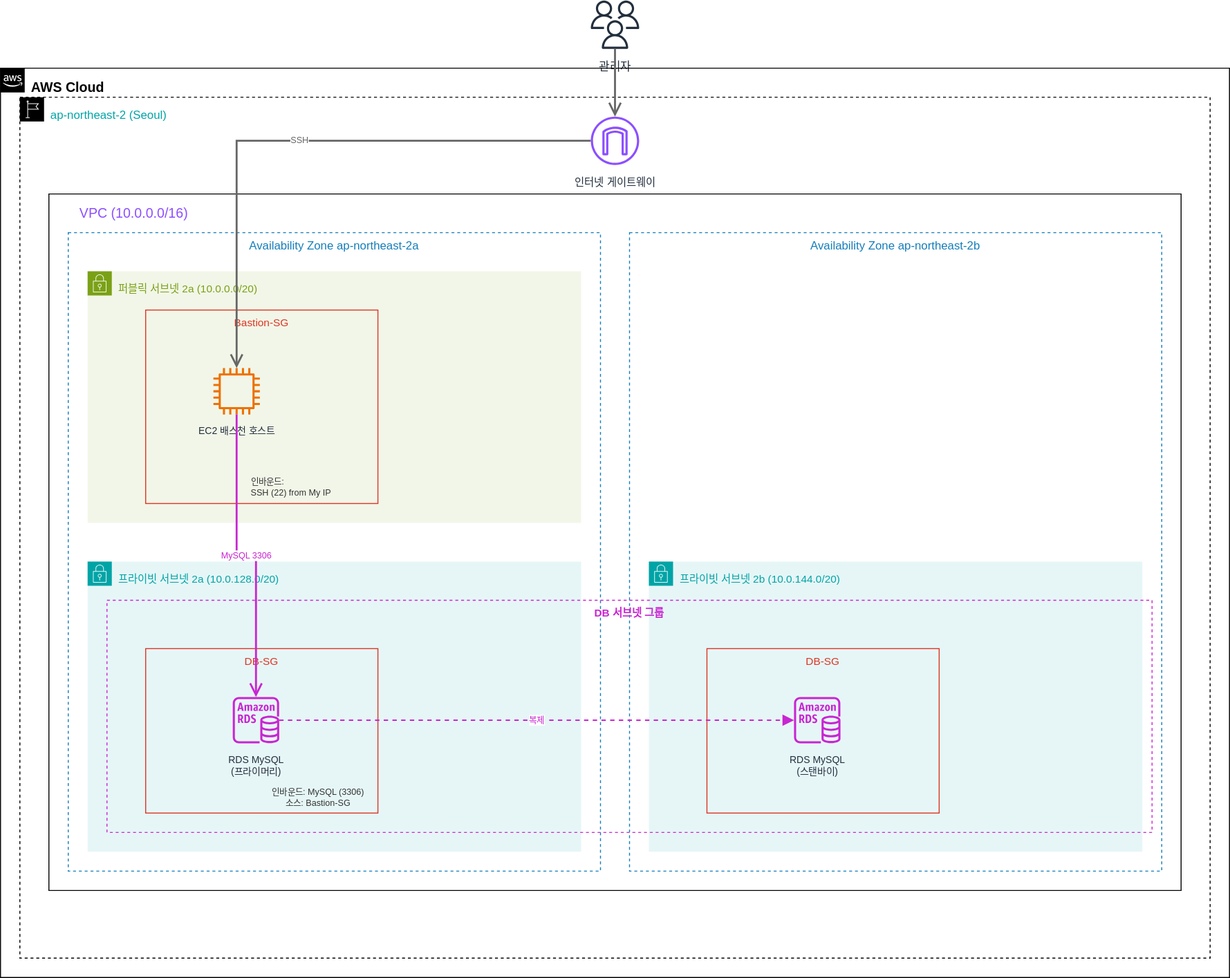
yh00615/cloud_architecture keeps this draw.io diagram as public/images/week6/6-2-architecture-diagram.svg. Above is the earlier version. Source tidied: cells renumbered, new cells last; positions are measured from the earlier drawing's top-left corner, leaving out a move shared by most shapes.
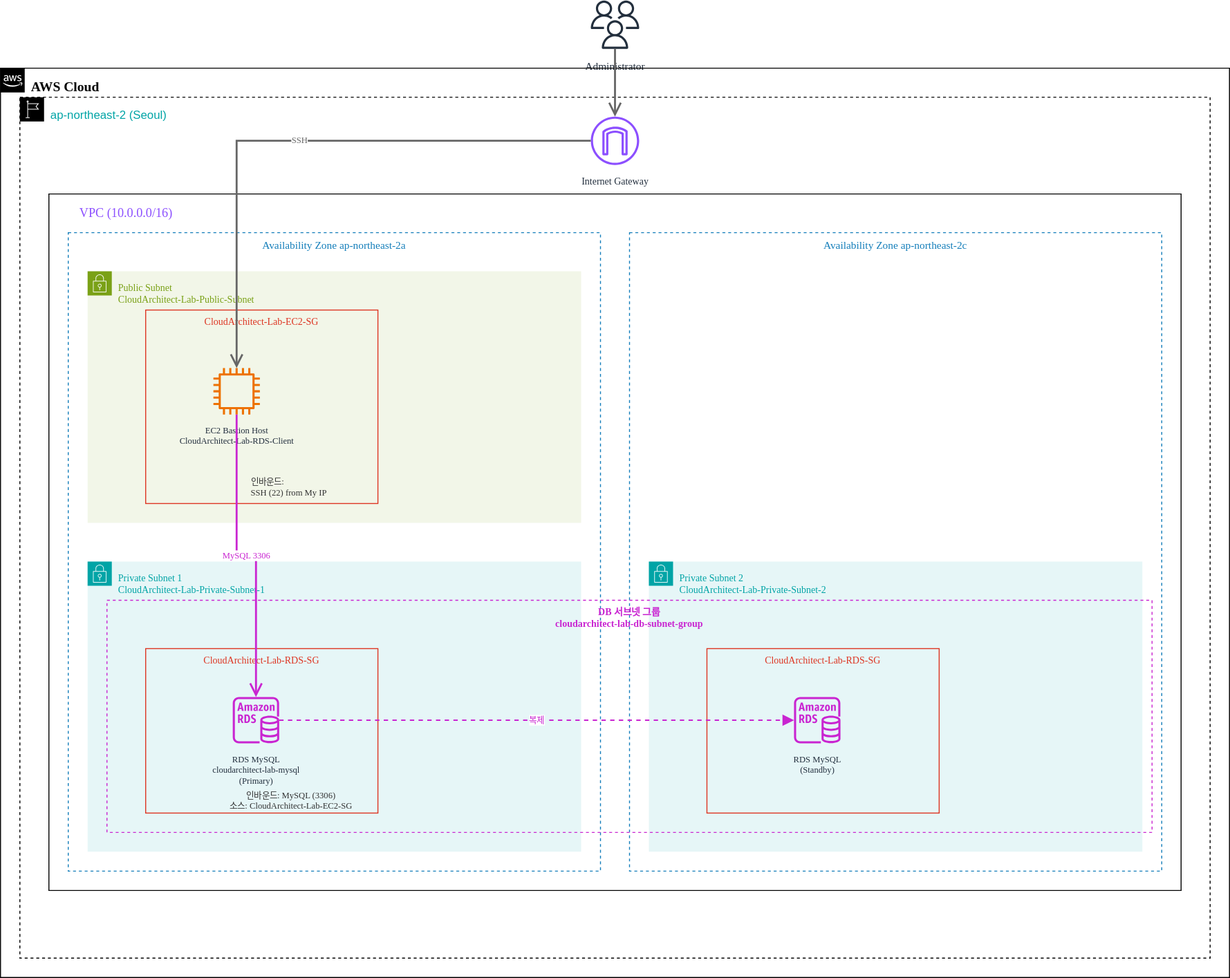
The same diagram one commit later.

What changed in the source:
```diff
@@ -2,73 +2,73 @@
   <root>
     <mxCell id="0" />
     <mxCell id="1" parent="0" />
-    <mxCell id="2" value="관리자" style="sketch=0;outlineConnect=0;fontColor=#232F3E;gradientColor=none;fillColor=#232F3D;strokeColor=none;dashed=0;verticalLabelPosition=bottom;spacingTop=5;verticalAlign=top;align=center;html=1;fontSize=12;fontStyle=0;shape=mxgraph.aws4.users;" parent="1" vertex="1">
+    <mxCell id="2" value="Administrator" style="sketch=0;outlineConnect=0;fontColor=#232F3E;gradientColor=none;fillColor=#232F3D;strokeColor=none;dashed=0;verticalLabelPosition=bottom;spacingTop=5;verticalAlign=top;align=center;html=1;fontSize=11;fontStyle=0;shape=mxgraph.aws4.users;fontFamily=Verdana;" parent="1" vertex="1">
       <mxGeometry x="610" width="50" height="50" as="geometry" />
     </mxCell>
-    <mxCell id="3" value="AWS Cloud" style="gradientColor=none;html=1;whiteSpace=wrap;fontSize=14;fontStyle=1;shape=mxgraph.aws4.group;grIcon=mxgraph.aws4.group_aws_cloud_alt;stroke=#232F3E;fillColor=none;verticalAlign=top;align=left;spacingLeft=30;spacingTop=5;dashed=0;" parent="1" vertex="1">
+    <mxCell id="3" value="AWS Cloud" style="gradientColor=none;html=1;whiteSpace=wrap;fontSize=14;fontStyle=1;shape=mxgraph.aws4.group;grIcon=mxgraph.aws4.group_aws_cloud_alt;stroke=#232F3E;fillColor=none;verticalAlign=top;align=left;spacingLeft=30;spacingTop=5;dashed=0;fontFamily=Verdana;" parent="1" vertex="1">
       <mxGeometry y="70" width="1270" height="940" as="geometry" />
     </mxCell>
     <mxCell id="4" value="ap-northeast-2 (Seoul)" style="gradientColor=none;html=1;whiteSpace=wrap;fontSize=12;fontStyle=0;shape=mxgraph.aws4.group;grIcon=mxgraph.aws4.group_region;stroke=#00A4A6;fillColor=none;verticalAlign=top;align=left;spacingLeft=30;spacingTop=5;fontColor=#00A4A6;dashed=1;" parent="1" vertex="1">
       <mxGeometry x="20" y="100" width="1230" height="890" as="geometry" />
     </mxCell>
-    <mxCell id="5" value="인터넷 게이트웨이" style="sketch=0;outlineConnect=0;fontColor=#232F3E;gradientColor=none;fillColor=#8C4FFF;strokeColor=none;dashed=0;verticalLabelPosition=bottom;spacingTop=5;verticalAlign=top;align=center;html=1;fontSize=11;fontStyle=0;shape=mxgraph.aws4.internet_gateway;" parent="1" vertex="1">
+    <mxCell id="5" value="Internet Gateway" style="sketch=0;outlineConnect=0;fontColor=#232F3E;gradientColor=none;fillColor=#8C4FFF;strokeColor=none;dashed=0;verticalLabelPosition=bottom;spacingTop=5;verticalAlign=top;align=center;html=1;fontSize=10;fontStyle=0;shape=mxgraph.aws4.internet_gateway;fontFamily=Verdana;" parent="1" vertex="1">
       <mxGeometry x="610" y="120" width="50" height="50" as="geometry" />
     </mxCell>
-    <mxCell id="6" value="VPC (10.0.0.0/16)" style="gradientColor=none;html=1;whiteSpace=wrap;fontSize=14;fontStyle=0;shape=mxgraph.aws4.group;grIcon=mxgraph.aws4.group_vpc2;stroke=#8C4FFF;fillColor=none;verticalAlign=top;align=left;spacingLeft=30;spacingTop=5;fontColor=#8C4FFF;dashed=0;" parent="1" vertex="1">
+    <mxCell id="6" value="VPC (10.0.0.0/16)" style="gradientColor=none;html=1;whiteSpace=wrap;fontSize=13;fontStyle=0;shape=mxgraph.aws4.group;grIcon=mxgraph.aws4.group_vpc2;stroke=#8C4FFF;fillColor=none;verticalAlign=top;align=left;spacingLeft=30;spacingTop=5;fontColor=#8C4FFF;dashed=0;fontFamily=Verdana;" parent="1" vertex="1">
       <mxGeometry x="50" y="200" width="1170" height="720" as="geometry" />
     </mxCell>
-    <mxCell id="7" value="Availability Zone ap-northeast-2a" style="fillColor=none;strokeColor=#147EBA;dashed=1;verticalAlign=top;fontStyle=0;fontColor=#147EBA;whiteSpace=wrap;html=1;fontSize=12;" parent="6" vertex="1">
+    <mxCell id="7" value="Availability Zone ap-northeast-2a" style="fillColor=none;strokeColor=#147EBA;dashed=1;verticalAlign=top;fontStyle=0;fontColor=#147EBA;whiteSpace=wrap;html=1;fontSize=11;fontFamily=Verdana;" parent="6" vertex="1">
       <mxGeometry x="20" y="40" width="550" height="660" as="geometry" />
     </mxCell>
-    <mxCell id="8" value="Availability Zone ap-northeast-2b" style="fillColor=none;strokeColor=#147EBA;dashed=1;verticalAlign=top;fontStyle=0;fontColor=#147EBA;whiteSpace=wrap;html=1;fontSize=12;" parent="6" vertex="1">
+    <mxCell id="8" value="Availability Zone ap-northeast-2c" style="fillColor=none;strokeColor=#147EBA;dashed=1;verticalAlign=top;fontStyle=0;fontColor=#147EBA;whiteSpace=wrap;html=1;fontSize=11;fontFamily=Verdana;" parent="6" vertex="1">
       <mxGeometry x="600" y="40" width="550" height="660" as="geometry" />
     </mxCell>
-    <mxCell id="9" value="퍼블릭 서브넷 2a (10.0.0.0/20)" style="gradientColor=none;html=1;whiteSpace=wrap;fontSize=11;fontStyle=0;shape=mxgraph.aws4.group;grIcon=mxgraph.aws4.group_security_group;grStroke=0;strokeColor=#7AA116;fillColor=#F2F6E8;verticalAlign=top;align=left;spacingLeft=30;spacingTop=5;fontColor=#7AA116;dashed=0;" parent="6" vertex="1">
+    <mxCell id="9" value="Public Subnet&#10;CloudArchitect-Lab-Public-Subnet" style="gradientColor=none;html=1;whiteSpace=wrap;fontSize=10;fontStyle=0;shape=mxgraph.aws4.group;grIcon=mxgraph.aws4.group_security_group;grStroke=0;strokeColor=#7AA116;fillColor=#F2F6E8;verticalAlign=top;align=left;spacingLeft=30;spacingTop=5;fontColor=#7AA116;dashed=0;fontFamily=Verdana;" parent="6" vertex="1">
       <mxGeometry x="40" y="80" width="510" height="260" as="geometry" />
     </mxCell>
-    <mxCell id="10" value="프라이빗 서브넷 2a (10.0.128.0/20)" style="gradientColor=none;html=1;whiteSpace=wrap;fontSize=11;fontStyle=0;shape=mxgraph.aws4.group;grIcon=mxgraph.aws4.group_security_group;grStroke=0;strokeColor=#00A4A6;fillColor=#E6F6F7;verticalAlign=top;align=left;spacingLeft=30;spacingTop=5;fontColor=#00A4A6;dashed=0;" parent="6" vertex="1">
+    <mxCell id="10" value="Private Subnet 1&#10;CloudArchitect-Lab-Private-Subnet-1" style="gradientColor=none;html=1;whiteSpace=wrap;fontSize=10;fontStyle=0;shape=mxgraph.aws4.group;grIcon=mxgraph.aws4.group_security_group;grStroke=0;strokeColor=#00A4A6;fillColor=#E6F6F7;verticalAlign=top;align=left;spacingLeft=30;spacingTop=5;fontColor=#00A4A6;dashed=0;fontFamily=Verdana;" parent="6" vertex="1">
       <mxGeometry x="40" y="380" width="510" height="300" as="geometry" />
     </mxCell>
-    <mxCell id="11" value="프라이빗 서브넷 2b (10.0.144.0/20)" style="gradientColor=none;html=1;whiteSpace=wrap;fontSize=11;fontStyle=0;shape=mxgraph.aws4.group;grIcon=mxgraph.aws4.group_security_group;grStroke=0;strokeColor=#00A4A6;fillColor=#E6F6F7;verticalAlign=top;align=left;spacingLeft=30;spacingTop=5;fontColor=#00A4A6;dashed=0;" parent="6" vertex="1">
+    <mxCell id="11" value="Private Subnet 2&#10;CloudArchitect-Lab-Private-Subnet-2" style="gradientColor=none;html=1;whiteSpace=wrap;fontSize=10;fontStyle=0;shape=mxgraph.aws4.group;grIcon=mxgraph.aws4.group_security_group;grStroke=0;strokeColor=#00A4A6;fillColor=#E6F6F7;verticalAlign=top;align=left;spacingLeft=30;spacingTop=5;fontColor=#00A4A6;dashed=0;fontFamily=Verdana;" parent="6" vertex="1">
       <mxGeometry x="620" y="380" width="510" height="300" as="geometry" />
     </mxCell>
-    <mxCell id="12" value="Bastion-SG" style="fillColor=none;strokeColor=#DD3522;verticalAlign=top;fontStyle=0;fontColor=#DD3522;fontSize=11;whiteSpace=wrap;html=1;" parent="6" vertex="1">
+    <mxCell id="12" value="CloudArchitect-Lab-EC2-SG" style="fillColor=none;strokeColor=#DD3522;verticalAlign=top;fontStyle=0;fontColor=#DD3522;fontSize=10;whiteSpace=wrap;html=1;fontFamily=Verdana;" parent="6" vertex="1">
       <mxGeometry x="100" y="120" width="240" height="200" as="geometry" />
     </mxCell>
-    <mxCell id="13" value="EC2 배스천 호스트" style="sketch=0;outlineConnect=0;fontColor=#232F3E;gradientColor=none;fillColor=#ED7100;strokeColor=none;dashed=0;verticalLabelPosition=bottom;spacingTop=5;verticalAlign=top;align=center;html=1;fontSize=10;fontStyle=0;shape=mxgraph.aws4.instance2;" parent="6" vertex="1">
+    <mxCell id="13" value="EC2 Bastion Host&#10;CloudArchitect-Lab-RDS-Client" style="sketch=0;outlineConnect=0;fontColor=#232F3E;gradientColor=none;fillColor=#ED7100;strokeColor=none;dashed=0;verticalLabelPosition=bottom;spacingTop=5;verticalAlign=top;align=center;html=1;fontSize=9;fontStyle=0;shape=mxgraph.aws4.instance2;fontFamily=Verdana;" parent="6" vertex="1">
       <mxGeometry x="170" y="180" width="48" height="48" as="geometry" />
     </mxCell>
-    <mxCell id="14" value="인바운드:&lt;br&gt;SSH (22) from My IP" style="text;html=1;align=left;verticalAlign=top;strokeColor=none;fillColor=none;fontColor=#333333;fontSize=9;" parent="6" vertex="1">
+    <mxCell id="14" value="인바운드:&#10;SSH (22) from My IP" style="text;html=1;align=left;verticalAlign=top;strokeColor=none;fillColor=none;fontColor=#333333;fontSize=9;fontFamily=Verdana;" parent="6" vertex="1">
       <mxGeometry x="207" y="286" width="110" height="30" as="geometry" />
     </mxCell>
-    <mxCell id="15" value="DB 서브넷 그룹" style="fillColor=none;strokeColor=#C925D1;dashed=1;verticalAlign=top;fontStyle=1;fontColor=#C925D1;whiteSpace=wrap;html=1;fontSize=11;align=center;" parent="6" vertex="1">
+    <mxCell id="15" value="DB 서브넷 그룹&#10;cloudarchitect-lab-db-subnet-group" style="fillColor=none;strokeColor=#C925D1;dashed=1;verticalAlign=top;fontStyle=1;fontColor=#C925D1;whiteSpace=wrap;html=1;fontSize=10;align=center;fontFamily=Verdana;" parent="6" vertex="1">
       <mxGeometry x="60" y="420" width="1080" height="240" as="geometry" />
     </mxCell>
-    <mxCell id="16" value="DB-SG" style="fillColor=none;strokeColor=#DD3522;verticalAlign=top;fontStyle=0;fontColor=#DD3522;fontSize=11;whiteSpace=wrap;html=1;" parent="6" vertex="1">
+    <mxCell id="16" value="CloudArchitect-Lab-RDS-SG" style="fillColor=none;strokeColor=#DD3522;verticalAlign=top;fontStyle=0;fontColor=#DD3522;fontSize=10;whiteSpace=wrap;html=1;fontFamily=Verdana;" parent="6" vertex="1">
       <mxGeometry x="100" y="470" width="240" height="170" as="geometry" />
     </mxCell>
-    <mxCell id="17" value="RDS MySQL&lt;br&gt;(프라이머리)" style="sketch=0;outlineConnect=0;fontColor=#232F3E;gradientColor=none;fillColor=#C925D1;strokeColor=none;dashed=0;verticalLabelPosition=bottom;spacingTop=5;verticalAlign=top;align=center;html=1;fontSize=10;fontStyle=0;shape=mxgraph.aws4.rds_instance;" parent="6" vertex="1">
+    <mxCell id="17" value="RDS MySQL&#10;cloudarchitect-lab-mysql&#10;(Primary)" style="sketch=0;outlineConnect=0;fontColor=#232F3E;gradientColor=none;fillColor=#C925D1;strokeColor=none;dashed=0;verticalLabelPosition=bottom;spacingTop=5;verticalAlign=top;align=center;html=1;fontSize=9;fontStyle=0;shape=mxgraph.aws4.rds_instance;fontFamily=Verdana;" parent="6" vertex="1">
       <mxGeometry x="190" y="520" width="48" height="48" as="geometry" />
     </mxCell>
-    <mxCell id="18" value="DB-SG" style="fillColor=none;strokeColor=#DD3522;verticalAlign=top;fontStyle=0;fontColor=#DD3522;fontSize=11;whiteSpace=wrap;html=1;" parent="6" vertex="1">
+    <mxCell id="18" value="CloudArchitect-Lab-RDS-SG" style="fillColor=none;strokeColor=#DD3522;verticalAlign=top;fontStyle=0;fontColor=#DD3522;fontSize=10;whiteSpace=wrap;html=1;fontFamily=Verdana;" parent="6" vertex="1">
       <mxGeometry x="680" y="470" width="240" height="170" as="geometry" />
     </mxCell>
-    <mxCell id="19" value="RDS MySQL&lt;br&gt;(스탠바이)" style="sketch=0;outlineConnect=0;fontColor=#232F3E;gradientColor=none;fillColor=#C925D1;strokeColor=none;dashed=0;verticalLabelPosition=bottom;spacingTop=5;verticalAlign=top;align=center;html=1;fontSize=10;fontStyle=0;shape=mxgraph.aws4.rds_instance;" parent="6" vertex="1">
+    <mxCell id="19" value="RDS MySQL&#10;(Standby)" style="sketch=0;outlineConnect=0;fontColor=#232F3E;gradientColor=none;fillColor=#C925D1;strokeColor=none;dashed=0;verticalLabelPosition=bottom;spacingTop=5;verticalAlign=top;align=center;html=1;fontSize=9;fontStyle=0;shape=mxgraph.aws4.rds_instance;fontFamily=Verdana;" parent="6" vertex="1">
       <mxGeometry x="770" y="520" width="48" height="48" as="geometry" />
     </mxCell>
-    <mxCell id="20" value="인바운드: MySQL (3306)&lt;br&gt;소스: Bastion-SG" style="text;html=1;align=center;verticalAlign=top;strokeColor=none;fillColor=none;fontColor=#333333;fontSize=9;" parent="6" vertex="1">
-      <mxGeometry x="218" y="607" width="120" height="30" as="geometry" />
+    <mxCell id="20" value="인바운드: MySQL (3306)&#10;소스: CloudArchitect-Lab-EC2-SG" style="text;html=1;align=center;verticalAlign=top;strokeColor=none;fillColor=none;fontColor=#333333;fontSize=9;fontFamily=Verdana;" parent="6" vertex="1">
+      <mxGeometry x="160" y="610" width="180" height="30" as="geometry" />
     </mxCell>
     <mxCell id="21" style="edgeStyle=orthogonalEdgeStyle;html=1;endArrow=open;endFill=0;endSize=10;strokeColor=#666666;strokeWidth=2;rounded=0;" parent="1" edge="1" source="2" target="5">
       <mxGeometry relative="1" as="geometry" />
     </mxCell>
-    <mxCell id="22" value="SSH" style="edgeStyle=orthogonalEdgeStyle;html=1;endArrow=open;endFill=0;endSize=10;strokeColor=#666666;strokeWidth=2;rounded=0;fontSize=9;fontColor=#666666;labelBackgroundColor=#FFFFFF;" parent="1" edge="1" source="5" target="13">
+    <mxCell id="22" value="SSH" style="edgeStyle=orthogonalEdgeStyle;html=1;endArrow=open;endFill=0;endSize=10;strokeColor=#666666;strokeWidth=2;rounded=0;fontSize=9;fontColor=#666666;labelBackgroundColor=#FFFFFF;fontFamily=Verdana;" parent="1" edge="1" source="5" target="13">
       <mxGeometry relative="1" as="geometry" />
     </mxCell>
-    <mxCell id="23" value="MySQL 3306" style="edgeStyle=orthogonalEdgeStyle;html=1;endArrow=open;endFill=0;endSize=10;strokeColor=#C925D1;strokeWidth=2;rounded=0;fontSize=9;fontColor=#C925D1;labelBackgroundColor=#FFFFFF;" parent="1" edge="1" source="13" target="17">
+    <mxCell id="23" value="MySQL 3306" style="edgeStyle=orthogonalEdgeStyle;html=1;endArrow=open;endFill=0;endSize=10;strokeColor=#C925D1;strokeWidth=2;rounded=0;fontSize=9;fontColor=#C925D1;labelBackgroundColor=#FFFFFF;fontFamily=Verdana;" parent="1" edge="1" source="13" target="17">
       <mxGeometry relative="1" as="geometry" />
     </mxCell>
-    <mxCell id="24" value="복제" style="edgeStyle=orthogonalEdgeStyle;html=1;endArrow=block;endFill=1;endSize=8;strokeColor=#C925D1;strokeWidth=1.5;dashed=1;rounded=0;fontSize=9;fontColor=#C925D1;labelBackgroundColor=#FFFFFF;" parent="1" edge="1" source="17" target="19">
+    <mxCell id="24" value="복제" style="edgeStyle=orthogonalEdgeStyle;html=1;endArrow=block;endFill=1;endSize=8;strokeColor=#C925D1;strokeWidth=1.5;dashed=1;rounded=0;fontSize=9;fontColor=#C925D1;labelBackgroundColor=#FFFFFF;fontFamily=Verdana;" parent="1" edge="1" source="17" target="19">
       <mxGeometry relative="1" as="geometry" />
     </mxCell>
   </root>
```
